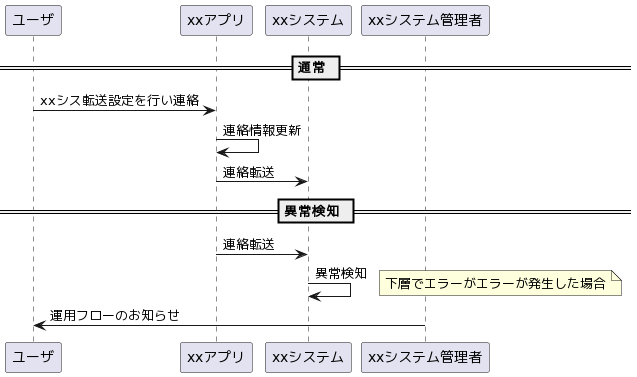
t-ogu-biz/PlantUML keeps this PlantUML diagram as images/PlantUML.png. Above is the earlier version. Source of this version:
```plantuml
@startuml
participant ユーザ as U
participant xxアプリ as AP
participant xxシステム as SIS
participant xxシステム管理者 as SISM

== 通常 ==
U -> AP: xxシス転送設定を行い連絡
AP -> AP: 連絡情報更新
AP -> SIS: 連絡転送

== 異常検知 ==
AP -> SIS: 連絡転送
SIS -> SIS: 異常検知
note right
下層でエラーがエラーが発生した場合
end note
SISM -> U: 運用フローのお知らせ
@enduml
```
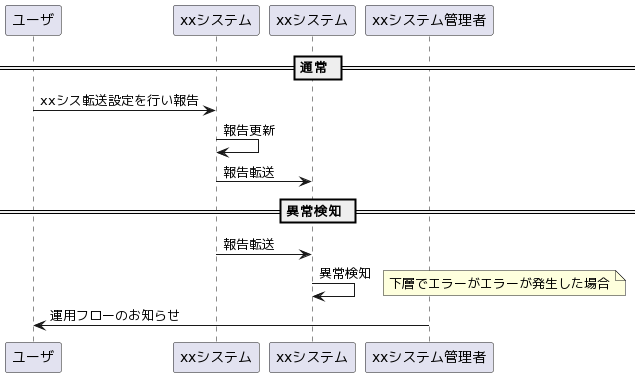
After the commit.

What changed in the source:
```diff
@@ -1,19 +1,19 @@
 @startuml
 participant ユーザ as U
-participant xxアプリ as AP
-participant xxシステム as SIS
-participant xxシステム管理者 as SISM
+participant xxシステム as AP
+participant xxシステム as SYS
+participant xxシステム管理者 as SYSM
 
 == 通常 ==
-U -> AP: xxシス転送設定を行い連絡
-AP -> AP: 連絡情報更新
-AP -> SIS: 連絡転送
+U -> AP: xxシス転送設定を行い報告
+AP -> AP: 報告更新
+AP -> SYS: 報告転送
 
 == 異常検知 ==
-AP -> SIS: 連絡転送
-SIS -> SIS: 異常検知
+AP -> SYS: 報告転送
+SYS -> SYS: 異常検知
 note right
 下層でエラーがエラーが発生した場合
 end note
-SISM -> U: 運用フローのお知らせ
+SYSM -> U: 運用フローのお知らせ
 @enduml
```
